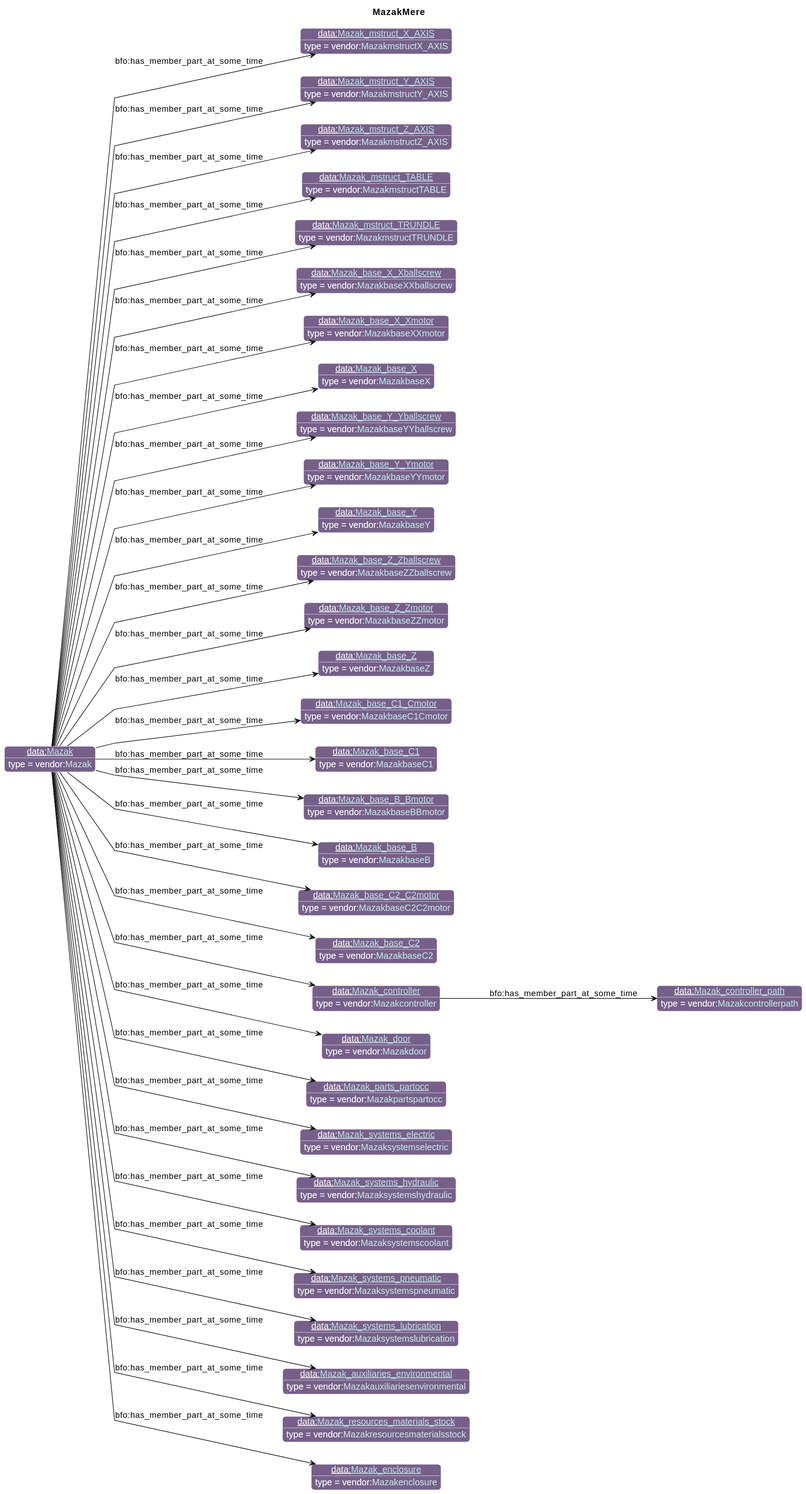
This is diagrams/MazakMere.svg from iofoundry/example-syseng-mtconnect, a PlantUML export, as it was before one commit.
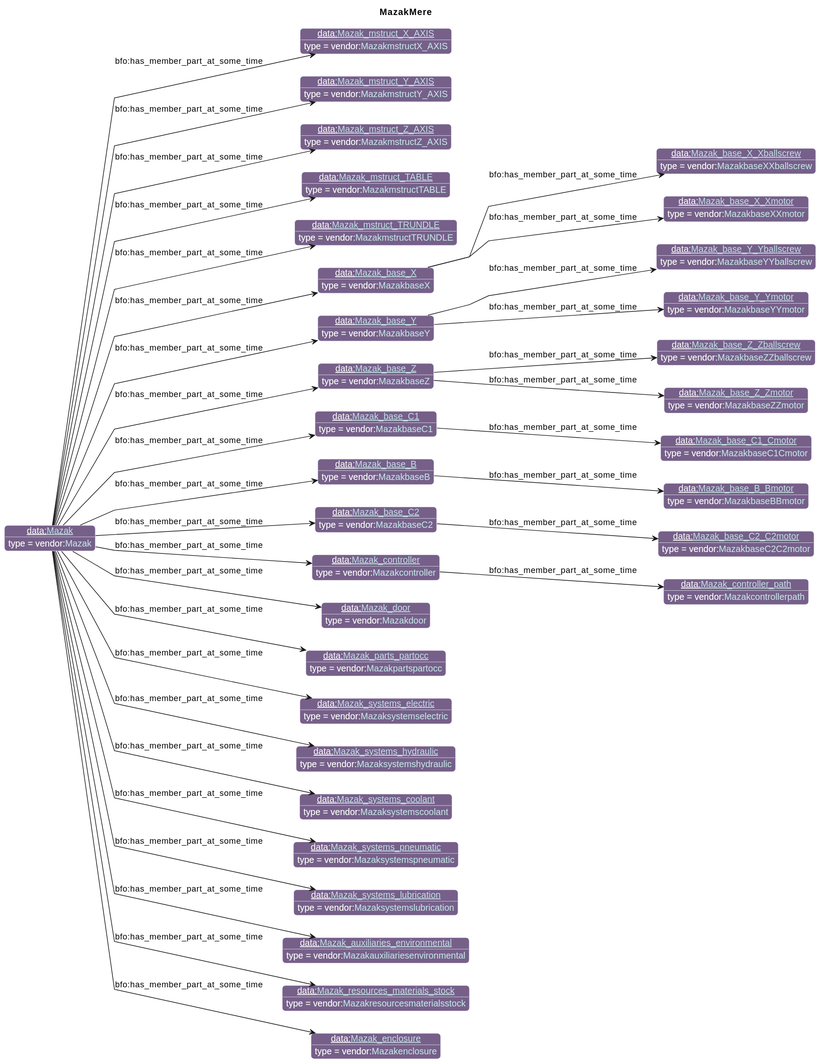
After the change.

Diff of the diagram source:
```diff
@@ -31,21 +31,21 @@
 individual(o3, data:[[./Mazak_mstruct_Z_AXIS.html Mazak_mstruct_Z_AXIS]], vendor:[[../Mazak.html#MazakmstructZ_AXIS MazakmstructZ_AXIS]])
 individual(o4, data:[[./Mazak_mstruct_TABLE.html Mazak_mstruct_TABLE]], vendor:[[../Mazak.html#MazakmstructTABLE MazakmstructTABLE]])
 individual(o5, data:[[./Mazak_mstruct_TRUNDLE.html Mazak_mstruct_TRUNDLE]], vendor:[[../Mazak.html#MazakmstructTRUNDLE MazakmstructTRUNDLE]])
-individual(o6, data:[[./Mazak_base_X_Xballscrew.html Mazak_base_X_Xballscrew]], vendor:[[../Mazak.html#MazakbaseXXballscrew MazakbaseXXballscrew]])
-individual(o7, data:[[./Mazak_base_X_Xmotor.html Mazak_base_X_Xmotor]], vendor:[[../Mazak.html#MazakbaseXXmotor MazakbaseXXmotor]])
-individual(o8, data:[[./Mazak_base_X.html Mazak_base_X]], vendor:[[../Mazak.html#MazakbaseX MazakbaseX]])
-individual(o9, data:[[./Mazak_base_Y_Yballscrew.html Mazak_base_Y_Yballscrew]], vendor:[[../Mazak.html#MazakbaseYYballscrew MazakbaseYYballscrew]])
-individual(o10, data:[[./Mazak_base_Y_Ymotor.html Mazak_base_Y_Ymotor]], vendor:[[../Mazak.html#MazakbaseYYmotor MazakbaseYYmotor]])
-individual(o11, data:[[./Mazak_base_Y.html Mazak_base_Y]], vendor:[[../Mazak.html#MazakbaseY MazakbaseY]])
-individual(o12, data:[[./Mazak_base_Z_Zballscrew.html Mazak_base_Z_Zballscrew]], vendor:[[../Mazak.html#MazakbaseZZballscrew MazakbaseZZballscrew]])
-individual(o13, data:[[./Mazak_base_Z_Zmotor.html Mazak_base_Z_Zmotor]], vendor:[[../Mazak.html#MazakbaseZZmotor MazakbaseZZmotor]])
-individual(o14, data:[[./Mazak_base_Z.html Mazak_base_Z]], vendor:[[../Mazak.html#MazakbaseZ MazakbaseZ]])
-individual(o15, data:[[./Mazak_base_C1_Cmotor.html Mazak_base_C1_Cmotor]], vendor:[[../Mazak.html#MazakbaseC1Cmotor MazakbaseC1Cmotor]])
-individual(o16, data:[[./Mazak_base_C1.html Mazak_base_C1]], vendor:[[../Mazak.html#MazakbaseC1 MazakbaseC1]])
-individual(o17, data:[[./Mazak_base_B_Bmotor.html Mazak_base_B_Bmotor]], vendor:[[../Mazak.html#MazakbaseBBmotor MazakbaseBBmotor]])
-individual(o18, data:[[./Mazak_base_B.html Mazak_base_B]], vendor:[[../Mazak.html#MazakbaseB MazakbaseB]])
-individual(o19, data:[[./Mazak_base_C2_C2motor.html Mazak_base_C2_C2motor]], vendor:[[../Mazak.html#MazakbaseC2C2motor MazakbaseC2C2motor]])
-individual(o20, data:[[./Mazak_base_C2.html Mazak_base_C2]], vendor:[[../Mazak.html#MazakbaseC2 MazakbaseC2]])
+individual(o6, data:[[./Mazak_base_X.html Mazak_base_X]], vendor:[[../Mazak.html#MazakbaseX MazakbaseX]])
+individual(o7, data:[[./Mazak_base_X_Xballscrew.html Mazak_base_X_Xballscrew]], vendor:[[../Mazak.html#MazakbaseXXballscrew MazakbaseXXballscrew]])
+individual(o8, data:[[./Mazak_base_X_Xmotor.html Mazak_base_X_Xmotor]], vendor:[[../Mazak.html#MazakbaseXXmotor MazakbaseXXmotor]])
+individual(o9, data:[[./Mazak_base_Y.html Mazak_base_Y]], vendor:[[../Mazak.html#MazakbaseY MazakbaseY]])
+individual(o10, data:[[./Mazak_base_Y_Yballscrew.html Mazak_base_Y_Yballscrew]], vendor:[[../Mazak.html#MazakbaseYYballscrew MazakbaseYYballscrew]])
+individual(o11, data:[[./Mazak_base_Y_Ymotor.html Mazak_base_Y_Ymotor]], vendor:[[../Mazak.html#MazakbaseYYmotor MazakbaseYYmotor]])
+individual(o12, data:[[./Mazak_base_Z.html Mazak_base_Z]], vendor:[[../Mazak.html#MazakbaseZ MazakbaseZ]])
+individual(o13, data:[[./Mazak_base_Z_Zballscrew.html Mazak_base_Z_Zballscrew]], vendor:[[../Mazak.html#MazakbaseZZballscrew MazakbaseZZballscrew]])
+individual(o14, data:[[./Mazak_base_Z_Zmotor.html Mazak_base_Z_Zmotor]], vendor:[[../Mazak.html#MazakbaseZZmotor MazakbaseZZmotor]])
+individual(o15, data:[[./Mazak_base_C1.html Mazak_base_C1]], vendor:[[../Mazak.html#MazakbaseC1 MazakbaseC1]])
+individual(o16, data:[[./Mazak_base_C1_Cmotor.html Mazak_base_C1_Cmotor]], vendor:[[../Mazak.html#MazakbaseC1Cmotor MazakbaseC1Cmotor]])
+individual(o17, data:[[./Mazak_base_B.html Mazak_base_B]], vendor:[[../Mazak.html#MazakbaseB MazakbaseB]])
+individual(o18, data:[[./Mazak_base_B_Bmotor.html Mazak_base_B_Bmotor]], vendor:[[../Mazak.html#MazakbaseBBmotor MazakbaseBBmotor]])
+individual(o19, data:[[./Mazak_base_C2.html Mazak_base_C2]], vendor:[[../Mazak.html#MazakbaseC2 MazakbaseC2]])
+individual(o20, data:[[./Mazak_base_C2_C2motor.html Mazak_base_C2_C2motor]], vendor:[[../Mazak.html#MazakbaseC2C2motor MazakbaseC2C2motor]])
 individual(o21, data:[[./Mazak_controller.html Mazak_controller]], vendor:[[../Mazak.html#Mazakcontroller Mazakcontroller]])
 individual(o22, data:[[./Mazak_controller_path.html Mazak_controller_path]], vendor:[[../Mazak.html#Mazakcontrollerpath Mazakcontrollerpath]])
 individual(o23, data:[[./Mazak_door.html Mazak_door]], vendor:[[../Mazak.html#Mazakdoor Mazakdoor]])
@@ -64,20 +64,20 @@
 property(o0, "bfo:has_member_part_at_some_time", o4)
 property(o0, "bfo:has_member_part_at_some_time", o5)
 property(o0, "bfo:has_member_part_at_some_time", o6)
-property(o0, "bfo:has_member_part_at_some_time", o7)
-property(o0, "bfo:has_member_part_at_some_time", o8)
+property(o6, "bfo:has_member_part_at_some_time", o7)
+property(o6, "bfo:has_member_part_at_some_time", o8)
 property(o0, "bfo:has_member_part_at_some_time", o9)
-property(o0, "bfo:has_member_part_at_some_time", o10)
-property(o0, "bfo:has_member_part_at_some_time", o11)
+property(o9, "bfo:has_member_part_at_some_time", o10)
+property(o9, "bfo:has_member_part_at_some_time", o11)
 property(o0, "bfo:has_member_part_at_some_time", o12)
-property(o0, "bfo:has_member_part_at_some_time", o13)
-property(o0, "bfo:has_member_part_at_some_time", o14)
+property(o12, "bfo:has_member_part_at_some_time", o13)
+property(o12, "bfo:has_member_part_at_some_time", o14)
 property(o0, "bfo:has_member_part_at_some_time", o15)
-property(o0, "bfo:has_member_part_at_some_time", o16)
+property(o15, "bfo:has_member_part_at_some_time", o16)
 property(o0, "bfo:has_member_part_at_some_time", o17)
-property(o0, "bfo:has_member_part_at_some_time", o18)
+property(o17, "bfo:has_member_part_at_some_time", o18)
 property(o0, "bfo:has_member_part_at_some_time", o19)
-property(o0, "bfo:has_member_part_at_some_time", o20)
+property(o19, "bfo:has_member_part_at_some_time", o20)
 property(o0, "bfo:has_member_part_at_some_time", o21)
 property(o21, "bfo:has_member_part_at_some_time", o22)
 property(o0, "bfo:has_member_part_at_some_time", o23)
```
